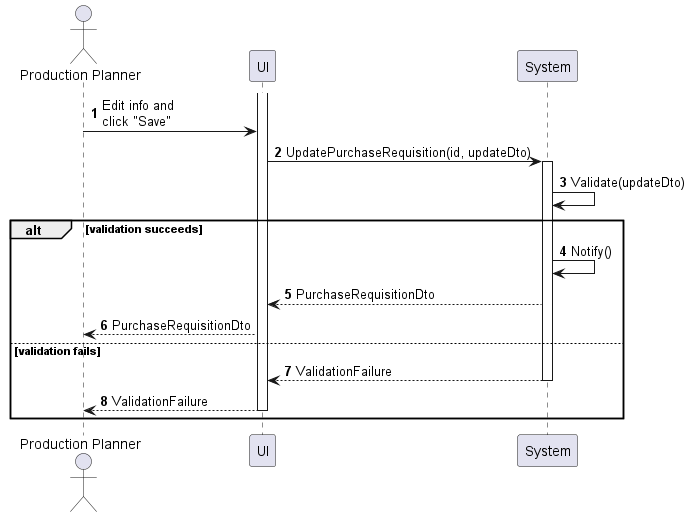
This is sequences/purchase-requisition-update.png from phihungha/scmss-reqs, a PlantUML export, as it was before one commit.
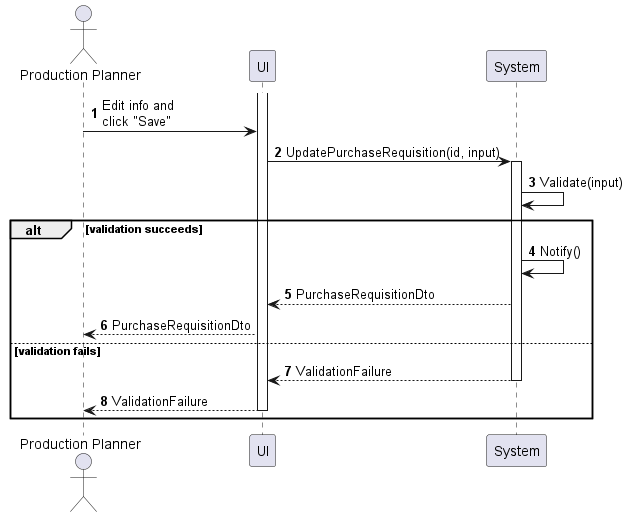
The same file after the commit.

What changed in the source:
```diff
@@ -7,9 +7,9 @@
 
 activate f
 a -> f : Edit info and\nclick "Save"
-f -> b : UpdatePurchaseRequisition(id, updateDto)
+f -> b : UpdatePurchaseRequisition(id, input)
 activate b
-b -> b : Validate(updateDto)
+b -> b : Validate(input)
 
 alt validation succeeds
     b -> b : Notify()
```
